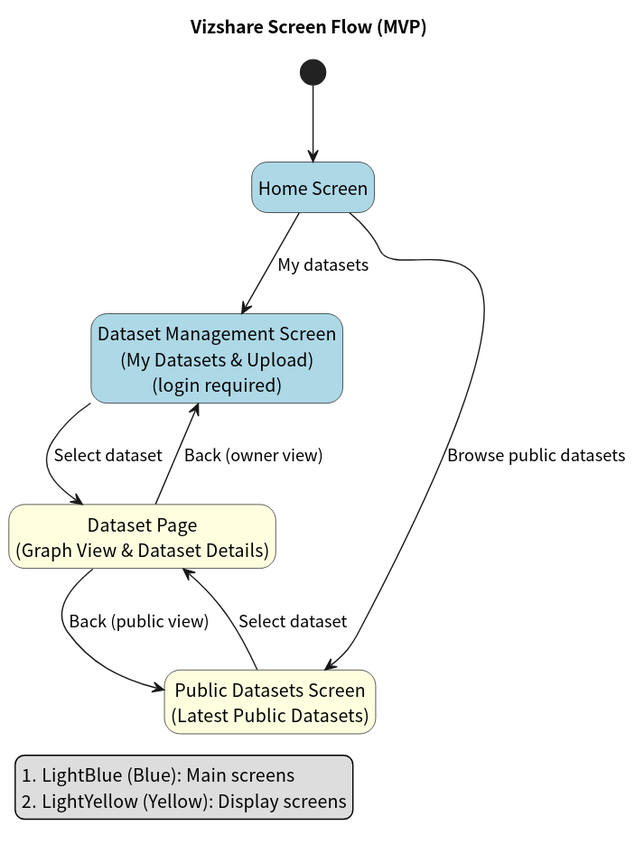
Before: docs/screen_flow/screen_flow_diagram/screen_flow_vizshare.svg, a diagram exported from PlantUML (tomoki-shiozaki/vizshare).
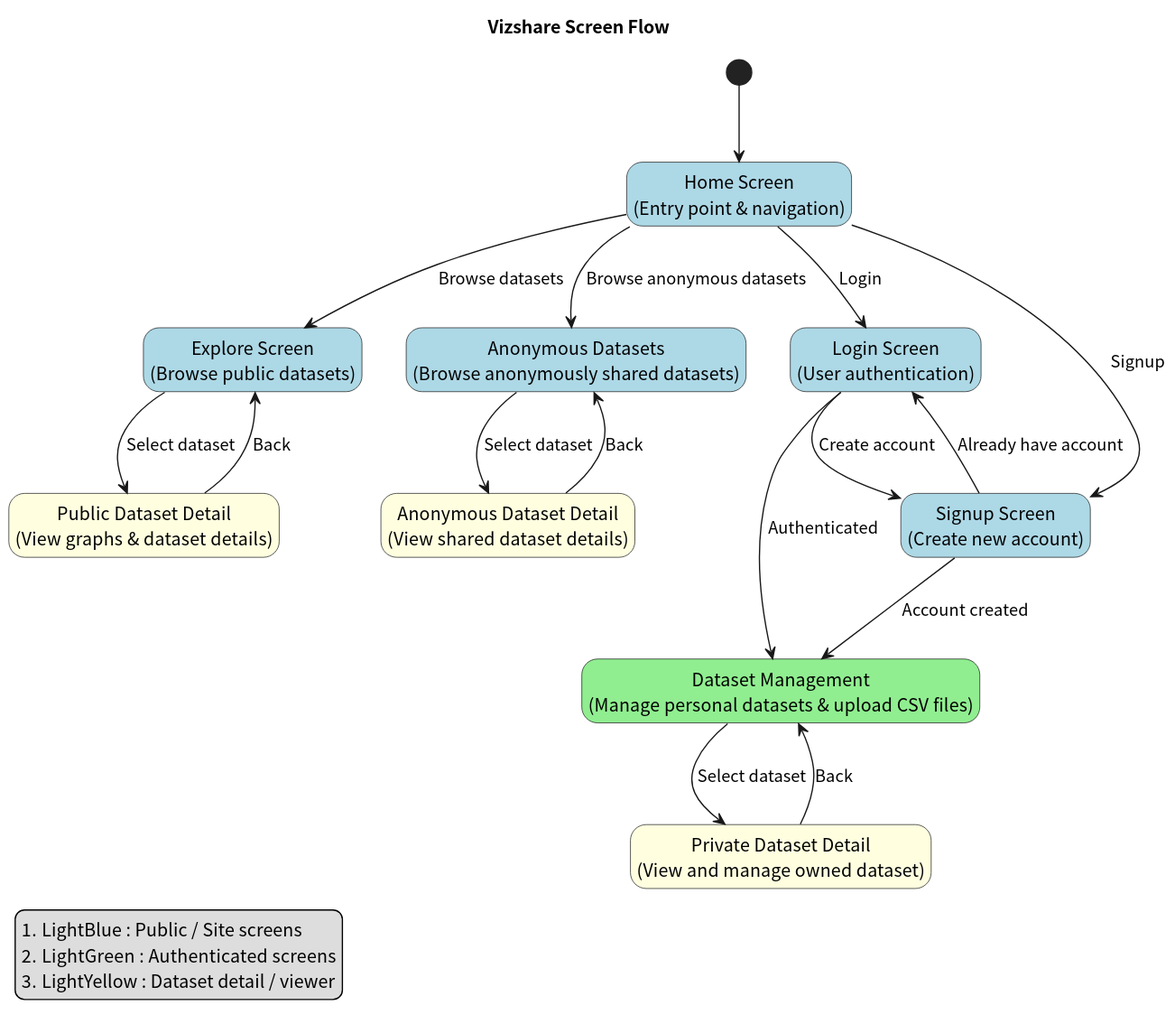
After the change.

Commit message:
docs(screen diagram): update screen diagram

The edit, as a diff of the source:
```diff
@@ -2,26 +2,65 @@
 skinparam defaultFontName "Noto Sans CJK JP"
 hide empty description
 
-title Vizshare Screen Flow (MVP)
+title Vizshare Screen Flow
 
 legend left
-#LightBlue (Blue): Main screens
-#LightYellow (Yellow): Display screens
+#LightBlue : Public / Site screens
+#LightGreen : Authenticated screens
+#LightYellow : Dataset detail / viewer
 end legend
+
 
 [*] --> home
 
-state "Home Screen" as home #LightBlue
-state "Dataset Management Screen\n(My Datasets & Upload)\n(login required)" as datasetManagement #LightBlue
-state "Public Datasets Screen\n(Latest Public Datasets)" as publicDatasets #LightYellow
-state "Dataset Page\n(Graph View & Dataset Details)" as datasetView #LightYellow
 
-home --> datasetManagement : My datasets
-home --> publicDatasets : Browse public datasets
 
-datasetManagement --> datasetView : Select dataset
-publicDatasets --> datasetView : Select dataset
+state "Home Screen\n(Entry point & navigation)" as home #LightBlue
 
-datasetView --> datasetManagement : Back (owner view)
-datasetView --> publicDatasets : Back (public view)
+state "Explore Screen\n(Browse public datasets)" as explore #LightBlue
+
+state "Public Dataset Detail\n(View graphs & dataset details)" as publicDatasetView #LightYellow
+
+state "Anonymous Datasets\n(Browse anonymously shared datasets)" as anonymousDatasets #LightBlue
+
+state "Anonymous Dataset Detail\n(View shared dataset details)" as anonymousDatasetView #LightYellow
+
+
+home --> explore : Browse datasets
+home --> anonymousDatasets : Browse anonymous datasets
+
+explore --> publicDatasetView : Select dataset
+
+anonymousDatasets --> anonymousDatasetView : Select dataset
+
+
+
+state "Login Screen\n(User authentication)" as login #LightBlue
+
+state "Signup Screen\n(Create new account)" as signup #LightBlue
+
+home --> login : Login
+home --> signup : Signup
+
+login --> signup : Create account
+signup --> login : Already have account
+
+
+
+state "Dataset Management\n(Manage personal datasets & upload CSV files)" as datasetManagement #LightGreen
+
+state "Private Dataset Detail\n(View and manage owned dataset)" as privateDatasetView #LightYellow
+
+login --> datasetManagement : Authenticated
+signup --> datasetManagement : Account created
+
+datasetManagement --> privateDatasetView : Select dataset
+
+
+
+publicDatasetView --> explore : Back
+
+anonymousDatasetView --> anonymousDatasets : Back
+
+privateDatasetView --> datasetManagement : Back
 @enduml
```
